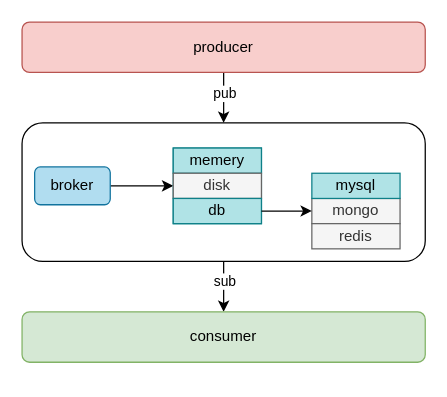
Before: jihe/mq/ck-mq.drawio in oliverschen/draw.io, a draw.io diagram. Source tidied: cells renumbered, new cells numbered last; positions are measured from the earlier drawing's top-left corner, leaving out a move shared by most shapes. Both pictures are drawn from the tidied source at 126%, with x=0, y=0 at pixel (21, 21).
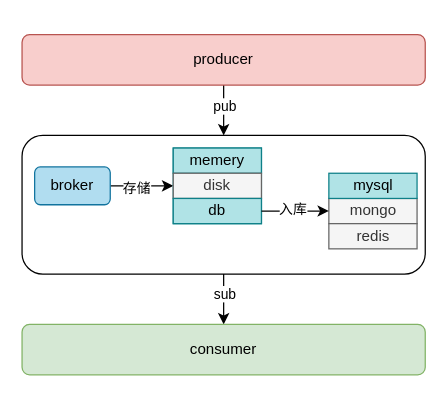
The same diagram, later.

Unchanged cells that the change refers to:
```xml
<mxCell id="9" style="edgeStyle=orthogonalEdgeStyle;rounded=0;jettySize=auto;html=1;entryX=0;entryY=0.5;entryDx=0;entryDy=0;" parent="1" edge="1" source="10" target="13">
  <mxGeometry relative="1" as="geometry" />
</mxCell>
<mxCell id="19" style="edgeStyle=orthogonalEdgeStyle;rounded=0;jettySize=auto;html=1;" parent="1" edge="1" source="14" target="16">
  <mxGeometry relative="1" as="geometry" />
</mxCell>
```

The edit, as a diff of the source:
```diff
@@
     <mxCell id="4" style="rounded=1;whiteSpace=wrap;html=1;" parent="1" vertex="1">
-      <mxGeometry y="80" width="320" height="110" as="geometry" />
+      <mxGeometry y="90" width="320" height="110" as="geometry" />
     </mxCell>
     <mxCell id="5" value="consumer" style="rounded=1;whiteSpace=wrap;html=1;fillColor=#d5e8d4;strokeColor=#82b366;" parent="1" vertex="1">
-      <mxGeometry y="230" width="320" height="40" as="geometry" />
+      <mxGeometry y="240" width="320" height="40" as="geometry" />
     </mxCell>
@@
     <mxCell id="8" value="producer" style="rounded=1;whiteSpace=wrap;html=1;fillColor=#f8cecc;strokeColor=#b85450;" parent="1" vertex="1">
-      <mxGeometry width="320" height="40" as="geometry" />
+      <mxGeometry y="10" width="320" height="40" as="geometry" />
     </mxCell>
@@
+    <mxCell id="20" value="存储" style="edgeLabel;html=1;align=center;verticalAlign=middle;" parent="9" vertex="1">
+      <mxGeometry x="-0.19" y="-1" relative="1" as="geometry" />
+    </mxCell>
@@
     <mxCell id="15" style="group;" parent="1" vertex="1">
-      <mxGeometry x="230" y="120" width="70" height="60" as="geometry" />
+      <mxGeometry x="243.5" y="120" width="70" height="60" as="geometry" />
     </mxCell>
@@
+    <mxCell id="21" value="入库" style="edgeLabel;html=1;align=center;verticalAlign=middle;" parent="19" vertex="1">
+      <mxGeometry x="-0.12" y="2" relative="1" as="geometry" />
+    </mxCell>
```
